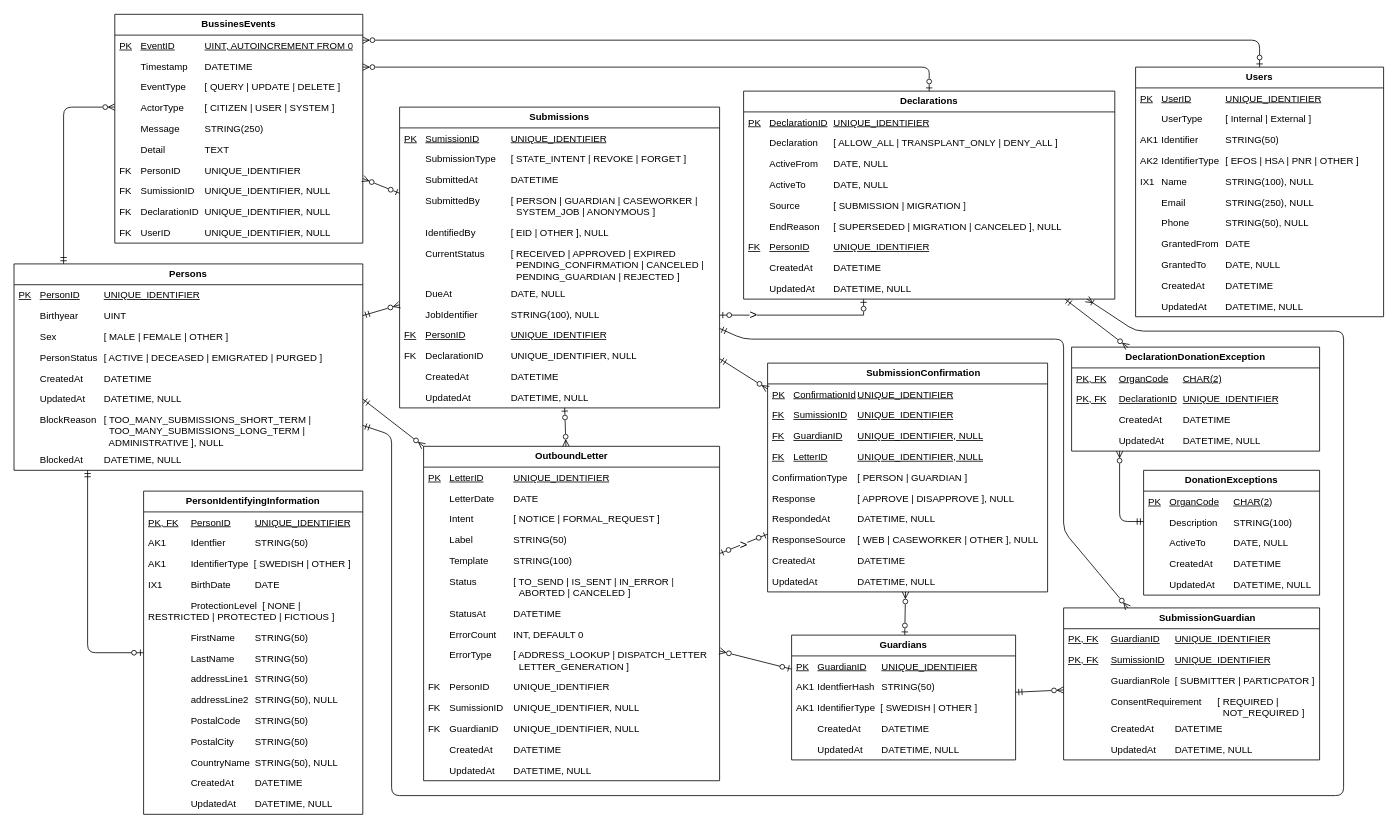
bhagqvist-consid/ICD11 keeps this draw.io diagram as page "Liggande Logisk modell" (9 of 9) of Donationsregister.drawio. Above is the earlier version. Source tidied: cells renumbered, new cells numbered last; positions are measured from the earlier drawing's top-left corner, leaving out a move shared by most shapes. Both pictures are drawn from the tidied source at 80%, with x=0, y=0 at pixel (14, 14).
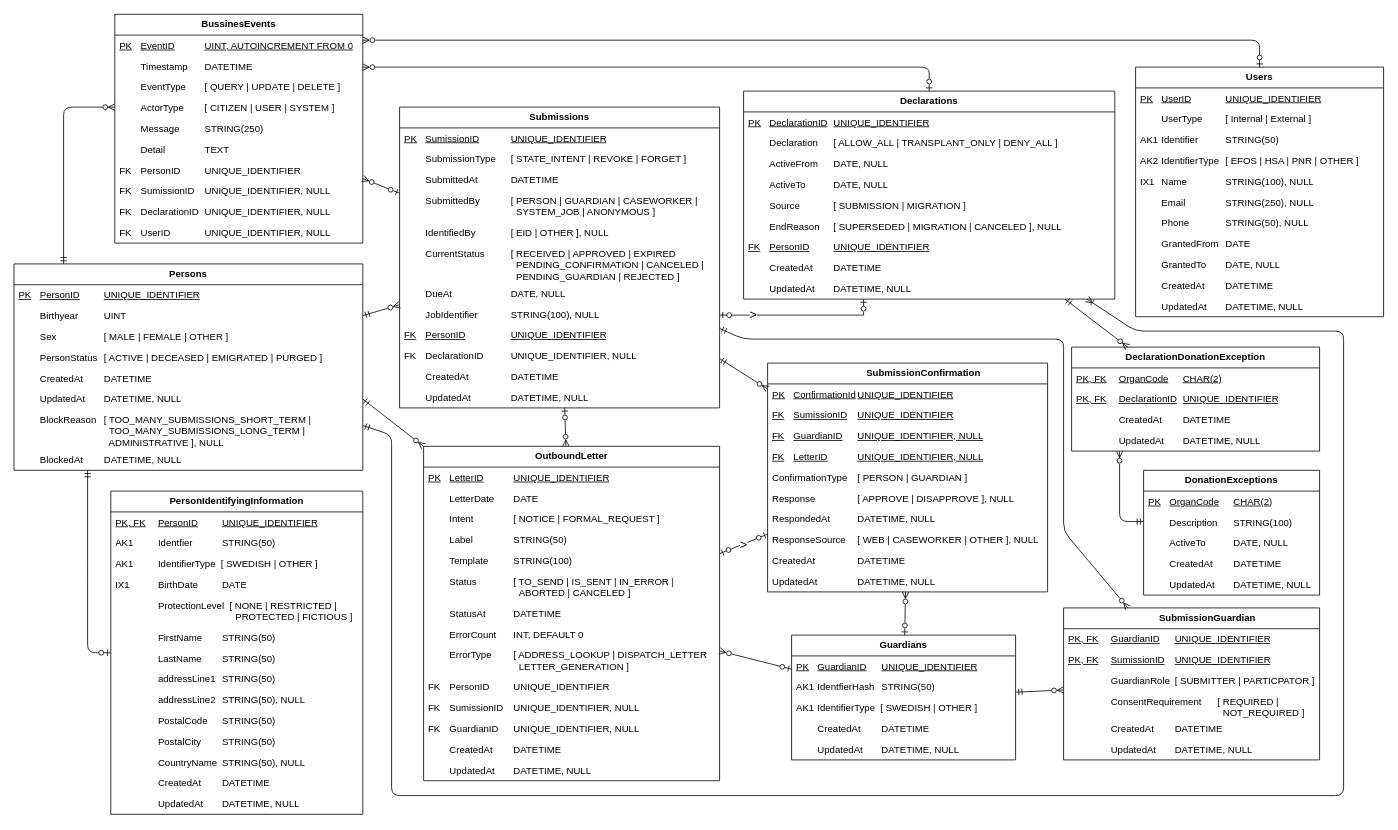
After the change.

Diff of the diagram source:
```diff
@@
     <mxCell id="34" value="PersonIdentifyingInformation" style="swimlane;fontStyle=1;horizontal=1;startSize=26;fillColor=none;whiteSpace=wrap;html=1;" parent="1" vertex="1">
-      <mxGeometry x="162" y="596.4" width="274" height="404" as="geometry" />
+      <mxGeometry x="121" y="596.4" width="315" height="404" as="geometry" />
     </mxCell>
     <mxCell id="35" value="PK, FK&lt;span style=&quot;white-space: pre;&quot;&gt;&#9;&lt;/span&gt;PersonID&lt;span style=&quot;white-space: pre;&quot;&gt;&#9;&lt;/span&gt;&lt;span style=&quot;white-space: pre;&quot;&gt;&#9;&lt;/span&gt;UNIQUE_IDENTIFIER" style="text;strokeColor=none;fillColor=none;align=left;verticalAlign=top;spacingLeft=4;spacingRight=4;overflow=hidden;whiteSpace=wrap;html=1;fontStyle=4;" parent="34" vertex="1">
-      <mxGeometry y="26" width="274" height="26" as="geometry" />
+      <mxGeometry y="26" width="315" height="26" as="geometry" />
     </mxCell>
     <mxCell id="36" value="AK1&lt;span style=&quot;white-space: pre;&quot;&gt;&#9;&lt;span style=&quot;white-space: pre;&quot;&gt;&#9;&lt;/span&gt;&lt;/span&gt;Identfier&lt;span style=&quot;white-space: pre;&quot;&gt;&#9;&lt;/span&gt;&lt;span style=&quot;white-space: pre;&quot;&gt;&#9;&lt;/span&gt;STRING(50)" style="text;strokeColor=none;fillColor=none;align=left;verticalAlign=top;spacingLeft=4;spacingRight=4;overflow=hidden;whiteSpace=wrap;html=1;" parent="34" vertex="1">
-      <mxGeometry y="52" width="274" height="26" as="geometry" />
+      <mxGeometry y="52" width="315" height="26" as="geometry" />
     </mxCell>
     <mxCell id="37" value="AK1&lt;span style=&quot;white-space: pre;&quot;&gt;&#9;&lt;span style=&quot;white-space: pre;&quot;&gt;&#9;&lt;/span&gt;&lt;/span&gt;IdentifierType&amp;nbsp; [ SWEDISH | OTHER ]" style="text;strokeColor=none;fillColor=none;align=left;verticalAlign=top;spacingLeft=4;spacingRight=4;overflow=hidden;whiteSpace=wrap;html=1;" parent="34" vertex="1">
-      <mxGeometry y="78" width="274" height="26" as="geometry" />
+      <mxGeometry y="78" width="315" height="26" as="geometry" />
     </mxCell>
     <mxCell id="38" value="IX1&lt;span style=&quot;white-space: pre;&quot;&gt;&#9;&lt;span style=&quot;white-space: pre;&quot;&gt;&#9;&lt;/span&gt;&lt;/span&gt;BirthDate&lt;span style=&quot;white-space: pre;&quot;&gt;&#9;&lt;/span&gt;&lt;span style=&quot;white-space: pre;&quot;&gt;&#9;&lt;/span&gt;DATE" style="text;strokeColor=none;fillColor=none;align=left;verticalAlign=top;spacingLeft=4;spacingRight=4;overflow=hidden;whiteSpace=wrap;html=1;" parent="34" vertex="1">
-      <mxGeometry y="104" width="274" height="26" as="geometry" />
+      <mxGeometry y="104" width="315" height="26" as="geometry" />
     </mxCell>
-    <mxCell id="39" value="&lt;span style=&quot;white-space: pre;&quot;&gt;&lt;span style=&quot;white-space: pre;&quot;&gt;&#9;&lt;/span&gt;&#9;&lt;/span&gt;ProtectionLevel&amp;nbsp; [ NONE | RESTRICTED | PROTECTED | FICTIOUS ]" style="text;strokeColor=none;fillColor=none;align=left;verticalAlign=top;spacingLeft=4;spacingRight=4;overflow=hidden;whiteSpace=wrap;html=1;" parent="34" vertex="1">
-      <mxGeometry y="130" width="274" height="40" as="geometry" />
+    <mxCell id="39" value="&lt;span style=&quot;white-space: pre;&quot;&gt;&lt;span style=&quot;white-space: pre;&quot;&gt;&#9;&lt;/span&gt;&#9;&lt;/span&gt;ProtectionLevel&amp;nbsp; [ NONE | RESTRICTED |&amp;nbsp;&lt;div&gt;&lt;span style=&quot;white-space: pre;&quot;&gt;&#9;&lt;/span&gt;&lt;span style=&quot;white-space: pre;&quot;&gt;&#9;&lt;/span&gt;&lt;span style=&quot;white-space: pre;&quot;&gt;&#9;&lt;/span&gt;&amp;nbsp; &amp;nbsp; &amp;nbsp; &amp;nbsp; &amp;nbsp; &amp;nbsp; &amp;nbsp; &amp;nbsp; &amp;nbsp; &amp;nbsp; &amp;nbsp;PROTECTED | FICTIOUS ]&lt;/div&gt;" style="text;strokeColor=none;fillColor=none;align=left;verticalAlign=top;spacingLeft=4;spacingRight=4;overflow=hidden;whiteSpace=wrap;html=1;" parent="34" vertex="1">
+      <mxGeometry y="130" width="315" height="40" as="geometry" />
     </mxCell>
     <mxCell id="40" value="&lt;span style=&quot;white-space: pre;&quot;&gt;&lt;span style=&quot;white-space: pre;&quot;&gt;&#9;&lt;/span&gt;&#9;&lt;/span&gt;FirstName&lt;span style=&quot;white-space: pre;&quot;&gt;&#9;&lt;/span&gt;STRING(50)" style="text;strokeColor=none;fillColor=none;align=left;verticalAlign=top;spacingLeft=4;spacingRight=4;overflow=hidden;whiteSpace=wrap;html=1;" parent="34" vertex="1">
-      <mxGeometry y="170" width="274" height="26" as="geometry" />
+      <mxGeometry y="170" width="315" height="26" as="geometry" />
     </mxCell>
     <mxCell id="41" value="&lt;span style=&quot;white-space: pre;&quot;&gt;&lt;span style=&quot;white-space: pre;&quot;&gt;&#9;&lt;/span&gt;&#9;&lt;/span&gt;LastName&lt;span style=&quot;white-space: pre;&quot;&gt;&#9;&lt;/span&gt;STRING(50)" style="text;strokeColor=none;fillColor=none;align=left;verticalAlign=top;spacingLeft=4;spacingRight=4;overflow=hidden;whiteSpace=wrap;html=1;" parent="34" vertex="1">
-      <mxGeometry y="196" width="274" height="26" as="geometry" />
+      <mxGeometry y="196" width="315" height="26" as="geometry" />
     </mxCell>
     <mxCell id="42" value="&lt;span style=&quot;white-space: pre;&quot;&gt;&lt;span style=&quot;white-space: pre;&quot;&gt;&#9;&lt;/span&gt;&#9;&lt;/span&gt;addressLine1&lt;span style=&quot;white-space: pre;&quot;&gt;&#9;&lt;/span&gt;STRING(50)" style="text;strokeColor=none;fillColor=none;align=left;verticalAlign=top;spacingLeft=4;spacingRight=4;overflow=hidden;whiteSpace=wrap;html=1;" parent="34" vertex="1">
-      <mxGeometry y="222" width="274" height="26" as="geometry" />
+      <mxGeometry y="222" width="315" height="26" as="geometry" />
     </mxCell>
     <mxCell id="43" value="&lt;span style=&quot;white-space: pre;&quot;&gt;&lt;span style=&quot;white-space: pre;&quot;&gt;&#9;&lt;/span&gt;&#9;&lt;/span&gt;addressLine2&lt;span style=&quot;white-space: pre;&quot;&gt;&#9;&lt;/span&gt;STRING(50), NULL" style="text;strokeColor=none;fillColor=none;align=left;verticalAlign=top;spacingLeft=4;spacingRight=4;overflow=hidden;whiteSpace=wrap;html=1;" parent="34" vertex="1">
-      <mxGeometry y="248" width="274" height="26" as="geometry" />
+      <mxGeometry y="248" width="315" height="26" as="geometry" />
     </mxCell>
     <mxCell id="44" value="&lt;span style=&quot;white-space: pre;&quot;&gt;&lt;span style=&quot;white-space: pre;&quot;&gt;&#9;&lt;/span&gt;&#9;&lt;/span&gt;PostalCode&lt;span style=&quot;white-space: pre;&quot;&gt;&#9;&lt;/span&gt;STRING(50)" style="text;strokeColor=none;fillColor=none;align=left;verticalAlign=top;spacingLeft=4;spacingRight=4;overflow=hidden;whiteSpace=wrap;html=1;" parent="34" vertex="1">
-      <mxGeometry y="274" width="274" height="26" as="geometry" />
+      <mxGeometry y="274" width="315" height="26" as="geometry" />
     </mxCell>
     <mxCell id="45" value="&lt;span style=&quot;white-space: pre;&quot;&gt;&lt;span style=&quot;white-space: pre;&quot;&gt;&#9;&lt;/span&gt;&#9;&lt;/span&gt;PostalCity&lt;span style=&quot;white-space: pre;&quot;&gt;&#9;&lt;/span&gt;STRING(50)" style="text;strokeColor=none;fillColor=none;align=left;verticalAlign=top;spacingLeft=4;spacingRight=4;overflow=hidden;whiteSpace=wrap;html=1;" parent="34" vertex="1">
-      <mxGeometry y="300" width="274" height="26" as="geometry" />
+      <mxGeometry y="300" width="315" height="26" as="geometry" />
     </mxCell>
     <mxCell id="46" value="&lt;span style=&quot;white-space: pre;&quot;&gt;&lt;span style=&quot;white-space: pre;&quot;&gt;&#9;&lt;/span&gt;&#9;&lt;/span&gt;CountryName&lt;span style=&quot;white-space: pre;&quot;&gt;&#9;&lt;/span&gt;STRING(50), NULL" style="text;strokeColor=none;fillColor=none;align=left;verticalAlign=top;spacingLeft=4;spacingRight=4;overflow=hidden;whiteSpace=wrap;html=1;" parent="34" vertex="1">
-      <mxGeometry y="326" width="274" height="26" as="geometry" />
+      <mxGeometry y="326" width="315" height="26" as="geometry" />
     </mxCell>
     <mxCell id="47" value="&lt;span style=&quot;white-space: pre;&quot;&gt;&lt;span style=&quot;white-space: pre;&quot;&gt;&#9;&lt;/span&gt;&#9;&lt;/span&gt;CreatedAt&amp;nbsp; &lt;span style=&quot;white-space: pre;&quot;&gt;&#9;&lt;/span&gt;DATETIME" style="text;strokeColor=none;fillColor=none;align=left;verticalAlign=top;spacingLeft=4;spacingRight=4;overflow=hidden;whiteSpace=wrap;html=1;" parent="34" vertex="1">
-      <mxGeometry y="352" width="274" height="26" as="geometry" />
+      <mxGeometry y="352" width="315" height="26" as="geometry" />
     </mxCell>
     <mxCell id="48" value="&lt;span style=&quot;white-space: pre;&quot;&gt;&lt;span style=&quot;white-space: pre;&quot;&gt;&#9;&lt;/span&gt;&#9;&lt;/span&gt;UpdatedAt&amp;nbsp; &lt;span style=&quot;white-space: pre;&quot;&gt;&#9;&lt;/span&gt;DATETIME, NULL" style="text;strokeColor=none;fillColor=none;align=left;verticalAlign=top;spacingLeft=4;spacingRight=4;overflow=hidden;whiteSpace=wrap;html=1;" parent="34" vertex="1">
-      <mxGeometry y="378" width="274" height="26" as="geometry" />
+      <mxGeometry y="378" width="315" height="26" as="geometry" />
     </mxCell>
```
